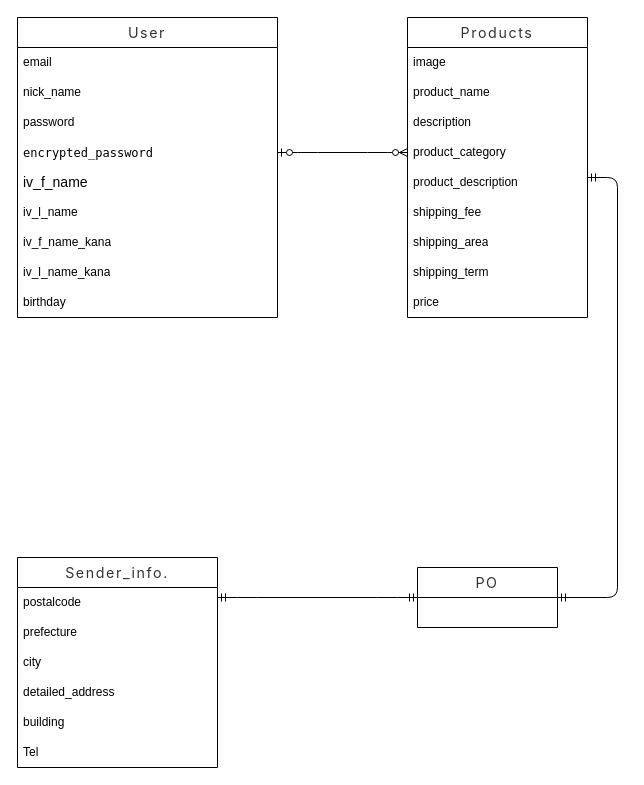
The draw.io diagram page "Page-1" (1 of 3) of table.dio in Benishimizu/furima-38830, before the edit. Source tidied: cells renumbered, new cells numbered last; positions are measured from the earlier drawing's top-left corner, leaving out a move shared by most shapes. Both pictures are drawn from the tidied source at 100%, with x=0, y=0 at pixel (17, 17).
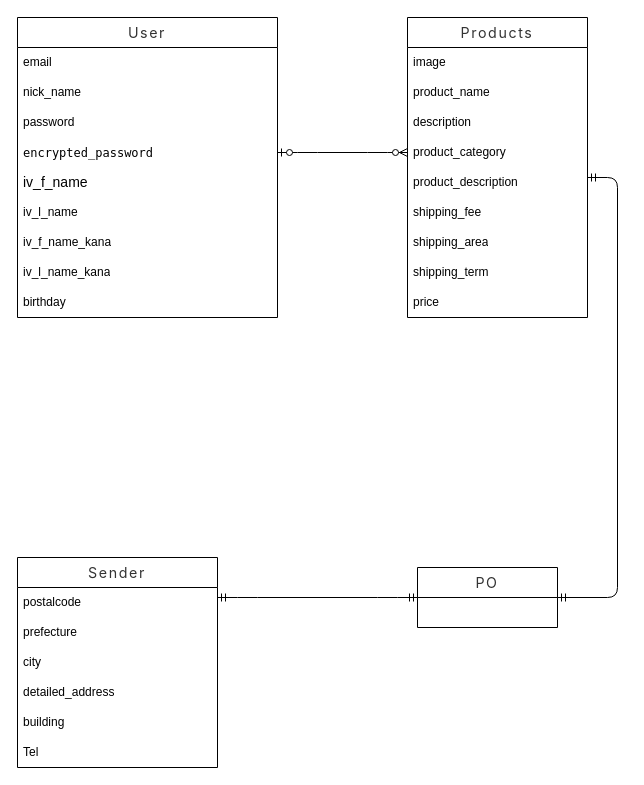
After the change.

Change to the diagram source:
```diff
@@
-    <mxCell id="23" value="&lt;span style=&quot;color: rgb(51, 51, 51); font-family: -apple-system, &amp;quot;system-ui&amp;quot;, &amp;quot;Noto Sans JP&amp;quot;, &amp;quot;Hiragino Sans&amp;quot;, &amp;quot;Hiragino Kaku Gothic ProN&amp;quot;, &amp;quot;segoe ui&amp;quot;, メイリオ, Meiryo, &amp;quot;ＭＳ Ｐゴシック&amp;quot;, &amp;quot;MS PGothic&amp;quot;, sans-serif; font-size: 14.24px; letter-spacing: 1.6px; text-align: start; background-color: rgb(255, 255, 255);&quot;&gt;Sender_info.&lt;/span&gt;" style="swimlane;fontStyle=0;horizontal=1;startSize=30;whiteSpace=wrap;html=1;" parent="1" vertex="1">
+    <mxCell id="23" value="&lt;span style=&quot;color: rgb(51, 51, 51); font-family: -apple-system, &amp;quot;system-ui&amp;quot;, &amp;quot;Noto Sans JP&amp;quot;, &amp;quot;Hiragino Sans&amp;quot;, &amp;quot;Hiragino Kaku Gothic ProN&amp;quot;, &amp;quot;segoe ui&amp;quot;, メイリオ, Meiryo, &amp;quot;ＭＳ Ｐゴシック&amp;quot;, &amp;quot;MS PGothic&amp;quot;, sans-serif; font-size: 14.24px; letter-spacing: 1.6px; text-align: start; background-color: rgb(255, 255, 255);&quot;&gt;Sender&lt;/span&gt;" style="swimlane;fontStyle=0;horizontal=1;startSize=30;whiteSpace=wrap;html=1;" parent="1" vertex="1">
       <mxGeometry y="540" width="200" height="210" as="geometry" />
     </mxCell>
```
